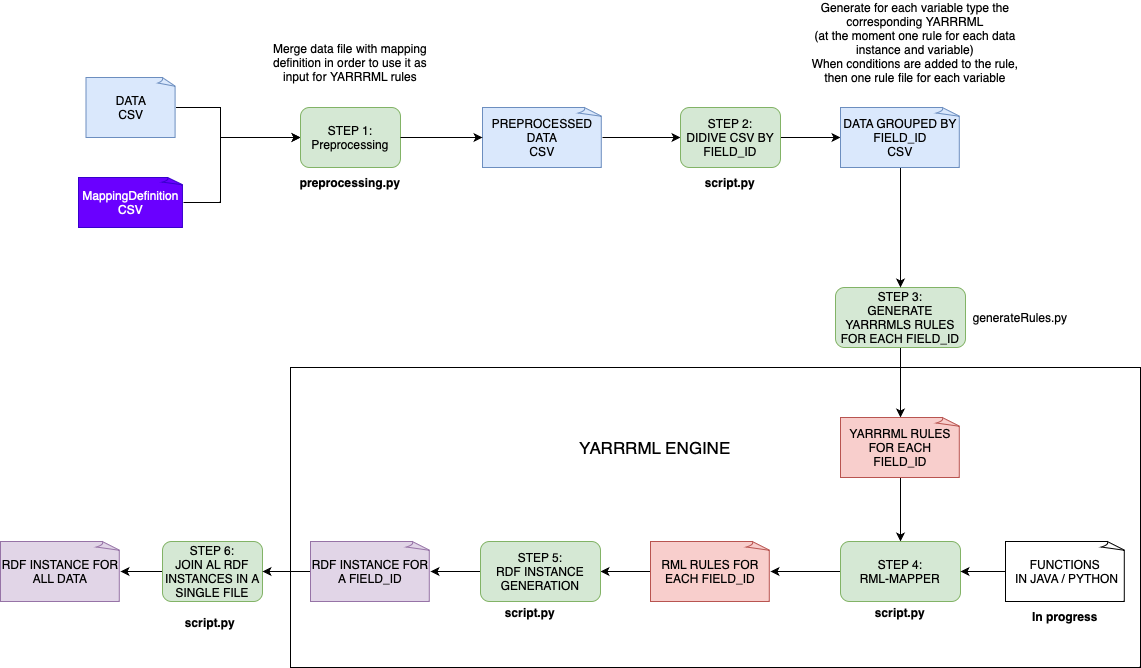
Earlier version of the draw.io export DiagramaPipelineTransformacion.png (tecnomod-um/RESQPLUS-PIPELINE). Source tidied: cells renumbered, new cells last; positions are measured from the earlier drawing's top-left corner, leaving out a move shared by most shapes.
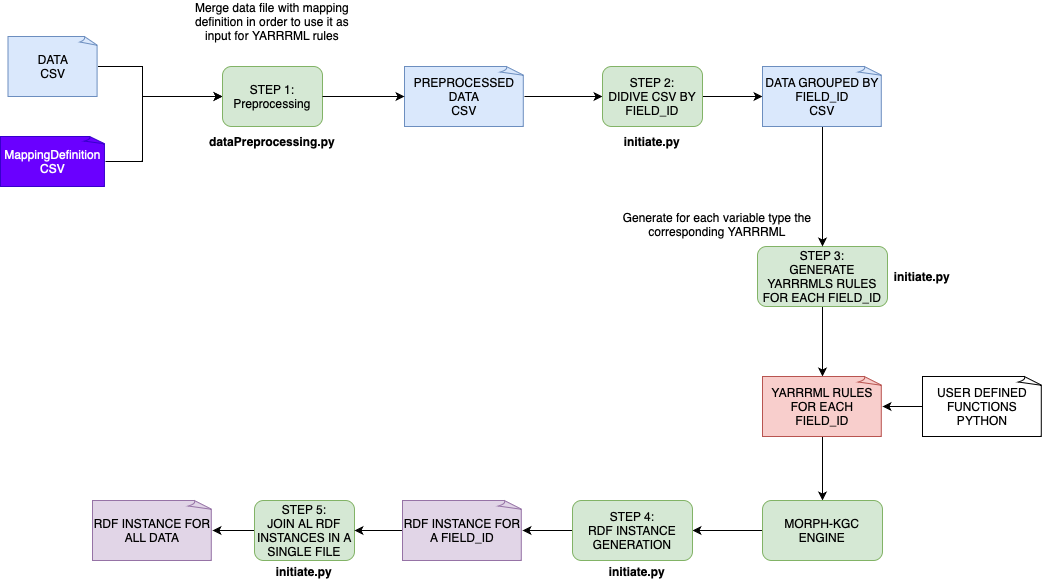
After the change.

The edit, as a diff of the source:
```diff
@@ -42,14 +42,14 @@
     <mxCell id="11" value="STEP 3:&lt;div&gt;GENERATE YARRRMLS RULES FOR EACH FIELD_ID&lt;/div&gt;" style="rounded=1;whiteSpace=wrap;html=1;fillColor=#d5e8d4;strokeColor=#82b366;" parent="1" vertex="1">
       <mxGeometry x="835" y="260" width="130" height="60" as="geometry" />
     </mxCell>
-    <mxCell id="12" value="Generate for each variable type the corresponding YARRRML&lt;div&gt;(at the moment one rule for each data instance and variable)&lt;/div&gt;&lt;div&gt;When conditions are added to the rule, then one rule file for each variable&lt;/div&gt;" style="text;html=1;align=center;verticalAlign=middle;whiteSpace=wrap;rounded=0;" parent="1" vertex="1">
-      <mxGeometry x="800" width="230" height="30" as="geometry" />
+    <mxCell id="12" value="Generate for each variable type the corresponding YARRRML&lt;div&gt;&lt;br&gt;&lt;/div&gt;" style="text;html=1;align=center;verticalAlign=middle;whiteSpace=wrap;rounded=0;" parent="1" vertex="1">
+      <mxGeometry x="680" y="230" width="230" height="30" as="geometry" />
     </mxCell>
     <mxCell id="13" style="edgeStyle=orthogonalEdgeStyle;rounded=0;jettySize=auto;html=1;" parent="1" edge="1" source="14" target="37">
       <mxGeometry relative="1" as="geometry" />
     </mxCell>
-    <mxCell id="14" value="STEP 6:&lt;div&gt;JOIN AL RDF INSTANCES IN A SINGLE FILE&lt;/div&gt;" style="rounded=1;whiteSpace=wrap;html=1;fillColor=#d5e8d4;strokeColor=#82b366;" parent="1" vertex="1">
-      <mxGeometry x="162" y="514" width="100" height="60" as="geometry" />
+    <mxCell id="14" value="STEP 5:&lt;div&gt;JOIN AL RDF INSTANCES IN A SINGLE FILE&lt;/div&gt;" style="rounded=1;whiteSpace=wrap;html=1;fillColor=#d5e8d4;strokeColor=#82b366;" parent="1" vertex="1">
+      <mxGeometry x="332" y="514" width="100" height="60" as="geometry" />
     </mxCell>
     <mxCell id="15" style="edgeStyle=orthogonalEdgeStyle;rounded=0;jettySize=auto;html=1;entryX=0;entryY=0.5;entryDx=0;entryDy=0;entryPerimeter=0;" parent="1" edge="1" source="16" target="25">
       <mxGeometry relative="1" as="geometry" />
@@ -66,17 +66,19 @@
     <mxCell id="19" value="YARRRML RULES FOR EACH FIELD_ID" style="whiteSpace=wrap;html=1;shape=mxgraph.basic.document;fillColor=#f8cecc;strokeColor=#b85450;" parent="1" vertex="1">
       <mxGeometry x="840" y="390" width="120" height="60" as="geometry" />
     </mxCell>
-    <mxCell id="20" style="edgeStyle=orthogonalEdgeStyle;rounded=0;jettySize=auto;html=1;" parent="1" edge="1" source="21" target="31">
-      <mxGeometry relative="1" as="geometry" />
+    <mxCell id="20" style="edgeStyle=orthogonalEdgeStyle;rounded=0;jettySize=auto;html=1;" parent="1" edge="1" source="21">
+      <mxGeometry relative="1" as="geometry">
+        <mxPoint x="770" y="544" as="targetPoint" />
+      </mxGeometry>
     </mxCell>
-    <mxCell id="21" value="STEP 4:&lt;div&gt;RML-MAPPER&lt;/div&gt;" style="rounded=1;whiteSpace=wrap;html=1;fillColor=#d5e8d4;strokeColor=#82b366;" parent="1" vertex="1">
+    <mxCell id="21" value="MORPH-KGC&lt;br&gt;ENGINE" style="rounded=1;whiteSpace=wrap;html=1;fillColor=#d5e8d4;strokeColor=#82b366;" parent="1" vertex="1">
       <mxGeometry x="840" y="514" width="120" height="60" as="geometry" />
     </mxCell>
-    <mxCell id="22" style="edgeStyle=orthogonalEdgeStyle;rounded=0;jettySize=auto;html=1;entryX=1;entryY=0.5;entryDx=0;entryDy=0;" parent="1" edge="1" source="23" target="21">
+    <mxCell id="22" style="edgeStyle=orthogonalEdgeStyle;rounded=0;jettySize=auto;html=1;entryX=1;entryY=0.5;entryDx=0;entryDy=0;entryPerimeter=0;" parent="1" edge="1" source="23" target="19">
       <mxGeometry relative="1" as="geometry" />
     </mxCell>
-    <mxCell id="23" value="FUNCTIONS&lt;div&gt;&amp;nbsp;IN JAVA / PYTHON&lt;/div&gt;" style="whiteSpace=wrap;html=1;shape=mxgraph.basic.document;" parent="1" vertex="1">
-      <mxGeometry x="1005" y="514" width="120" height="60" as="geometry" />
+    <mxCell id="23" value="USER DEFINED FUNCTIONS PYTHON" style="whiteSpace=wrap;html=1;shape=mxgraph.basic.document;" parent="1" vertex="1">
+      <mxGeometry x="1000" y="390" width="120" height="60" as="geometry" />
     </mxCell>
     <mxCell id="24" style="edgeStyle=orthogonalEdgeStyle;rounded=0;jettySize=auto;html=1;" parent="1" edge="1" source="25" target="11">
       <mxGeometry relative="1" as="geometry" />
@@ -84,53 +86,35 @@
     <mxCell id="25" value="DATA GROUPED BY FIELD_ID&lt;div&gt;CSV&lt;/div&gt;" style="whiteSpace=wrap;html=1;shape=mxgraph.basic.document;fillColor=#dae8fc;strokeColor=#6c8ebf;" parent="1" vertex="1">
       <mxGeometry x="840" y="80" width="120" height="60" as="geometry" />
     </mxCell>
-    <mxCell id="26" value="generateRules.py" style="text;html=1;align=center;verticalAlign=middle;whiteSpace=wrap;rounded=0;" parent="1" vertex="1">
-      <mxGeometry x="970" y="275" width="100" height="30" as="geometry" />
-    </mxCell>
-    <mxCell id="27" value="preprocessing.py" style="text;html=1;align=center;verticalAlign=middle;whiteSpace=wrap;rounded=0;fontStyle=1;" parent="1" vertex="1">
+    <mxCell id="27" value="dataPreprocessing.py" style="text;html=1;align=center;verticalAlign=middle;whiteSpace=wrap;rounded=0;fontStyle=1;" parent="1" vertex="1">
       <mxGeometry x="300" y="140" width="100" height="30" as="geometry" />
     </mxCell>
-    <mxCell id="28" value="script.py" style="text;html=1;align=center;verticalAlign=middle;whiteSpace=wrap;rounded=0;fontStyle=1;" parent="1" vertex="1">
-      <mxGeometry x="680" y="140" width="100" height="30" as="geometry" />
-    </mxCell>
-    <mxCell id="29" value="script.py" style="text;html=1;align=center;verticalAlign=middle;whiteSpace=wrap;rounded=0;fontStyle=1;" parent="1" vertex="1">
-      <mxGeometry x="850" y="570" width="100" height="30" as="geometry" />
-    </mxCell>
-    <mxCell id="30" style="edgeStyle=orthogonalEdgeStyle;rounded=0;jettySize=auto;html=1;entryX=1;entryY=0.5;entryDx=0;entryDy=0;" parent="1" edge="1" source="31" target="33">
-      <mxGeometry relative="1" as="geometry" />
-    </mxCell>
-    <mxCell id="31" value="RML RULES FOR EACH FIELD_ID" style="whiteSpace=wrap;html=1;shape=mxgraph.basic.document;fillColor=#f8cecc;strokeColor=#b85450;" parent="1" vertex="1">
-      <mxGeometry x="650" y="514" width="120" height="60" as="geometry" />
-    </mxCell>
     <mxCell id="32" style="edgeStyle=orthogonalEdgeStyle;rounded=0;jettySize=auto;html=1;" parent="1" edge="1" source="33" target="36">
       <mxGeometry relative="1" as="geometry" />
     </mxCell>
-    <mxCell id="33" value="STEP 5:&lt;div&gt;RDF INSTANCE GENERATION&lt;/div&gt;" style="rounded=1;whiteSpace=wrap;html=1;fillColor=#d5e8d4;strokeColor=#82b366;" parent="1" vertex="1">
-      <mxGeometry x="480" y="514" width="120" height="60" as="geometry" />
+    <mxCell id="33" value="STEP 4:&lt;div&gt;RDF INSTANCE GENERATION&lt;/div&gt;" style="rounded=1;whiteSpace=wrap;html=1;fillColor=#d5e8d4;strokeColor=#82b366;" parent="1" vertex="1">
+      <mxGeometry x="650" y="514" width="120" height="60" as="geometry" />
     </mxCell>
-    <mxCell id="34" value="script.py" style="text;html=1;align=center;verticalAlign=middle;whiteSpace=wrap;rounded=0;fontStyle=1;" parent="1" vertex="1">
-      <mxGeometry x="480" y="570" width="100" height="30" as="geometry" />
-    </mxCell>
     <mxCell id="35" style="edgeStyle=orthogonalEdgeStyle;rounded=0;jettySize=auto;html=1;entryX=1;entryY=0.5;entryDx=0;entryDy=0;" parent="1" edge="1" source="36" target="14">
       <mxGeometry relative="1" as="geometry" />
     </mxCell>
     <mxCell id="36" value="RDF INSTANCE FOR A FIELD_ID" style="whiteSpace=wrap;html=1;shape=mxgraph.basic.document;fillColor=#e1d5e7;strokeColor=#9673a6;" parent="1" vertex="1">
-      <mxGeometry x="310" y="514" width="120" height="60" as="geometry" />
+      <mxGeometry x="480" y="514" width="120" height="60" as="geometry" />
     </mxCell>
     <mxCell id="37" value="RDF INSTANCE FOR ALL DATA" style="whiteSpace=wrap;html=1;shape=mxgraph.basic.document;fillColor=#e1d5e7;strokeColor=#9673a6;" parent="1" vertex="1">
-      <mxGeometry y="514" width="120" height="60" as="geometry" />
+      <mxGeometry x="170" y="514" width="120" height="60" as="geometry" />
     </mxCell>
-    <mxCell id="38" value="script.py" style="text;html=1;align=center;verticalAlign=middle;whiteSpace=wrap;rounded=0;fontStyle=1;" parent="1" vertex="1">
-      <mxGeometry x="160" y="580" width="100" height="30" as="geometry" />
-    </mxCell>
-    <mxCell id="39" value="In progress" style="text;html=1;align=center;verticalAlign=middle;whiteSpace=wrap;rounded=0;fontStyle=1;" parent="1" vertex="1">
-      <mxGeometry x="1015" y="574" width="100" height="30" as="geometry" />
-    </mxCell>
-    <mxCell id="40" style="rounded=0;whiteSpace=wrap;html=1;fillColor=none;" parent="1" vertex="1">
-      <mxGeometry x="290" y="340" width="850" height="300" as="geometry" />
-    </mxCell>
-    <mxCell id="41" value="YARRRML ENGINE" style="text;html=1;align=center;verticalAlign=middle;whiteSpace=wrap;rounded=0;fontSize=17;" parent="1" vertex="1">
-      <mxGeometry x="570" y="405" width="170" height="30" as="geometry" />
-    </mxCell>
+    <mxCell id="42" value="initiate.py" style="text;html=1;align=center;verticalAlign=middle;whiteSpace=wrap;rounded=0;fontStyle=1;" parent="1" vertex="1">
+      <mxGeometry x="680" y="140" width="100" height="30" as="geometry" />
+    </mxCell>
+    <mxCell id="43" value="initiate.py" style="text;html=1;align=center;verticalAlign=middle;whiteSpace=wrap;rounded=0;fontStyle=1;" parent="1" vertex="1">
+      <mxGeometry x="950" y="275" width="100" height="30" as="geometry" />
+    </mxCell>
+    <mxCell id="44" value="initiate.py" style="text;html=1;align=center;verticalAlign=middle;whiteSpace=wrap;rounded=0;fontStyle=1;" parent="1" vertex="1">
+      <mxGeometry x="665" y="570" width="100" height="30" as="geometry" />
+    </mxCell>
+    <mxCell id="45" value="initiate.py" style="text;html=1;align=center;verticalAlign=middle;whiteSpace=wrap;rounded=0;fontStyle=1;" parent="1" vertex="1">
+      <mxGeometry x="332" y="570" width="100" height="30" as="geometry" />
+    </mxCell>
   </root>
 </mxGraphModel>
```
